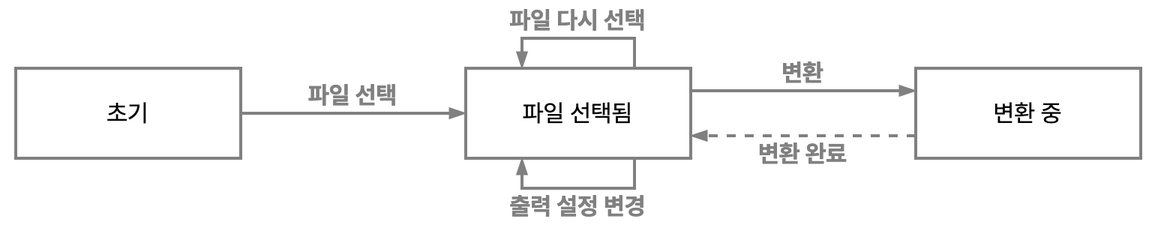
The draw.io diagram doc/diagrams-end-user.drawio.png in yejunian/gencg-exported-image-group, before a commit. Source tidied: cells renumbered, new cells last; positions are measured from the earlier drawing's top-left corner, leaving out a move shared by most shapes.
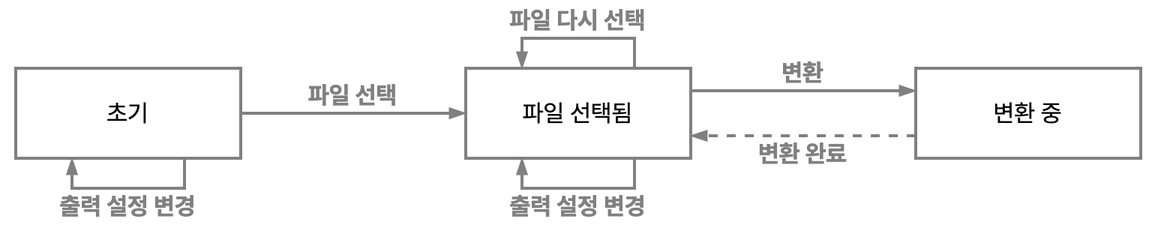
After the change.

What changed in the source:
```diff
@@ -46,5 +46,11 @@
     <mxCell id="14" value="파일 다시 선택" style="text;html=1;align=center;verticalAlign=middle;whiteSpace=wrap;rounded=0;fontSize=16;fontFamily=Pretendard;fillColor=none;labelBorderColor=none;labelBackgroundColor=none;spacing=2;fontStyle=1;fontColor=#808080;" parent="1" vertex="1">
       <mxGeometry x="305" width="140" height="20" as="geometry" />
     </mxCell>
+    <mxCell id="15" value="출력 설정 변경" style="text;html=1;align=center;verticalAlign=middle;whiteSpace=wrap;rounded=0;fontSize=16;fontFamily=Pretendard;fillColor=none;labelBorderColor=none;labelBackgroundColor=none;spacing=2;fontStyle=1;fontColor=#808080;" parent="1" vertex="1">
+      <mxGeometry x="5" y="124" width="140" height="20" as="geometry" />
+    </mxCell>
+    <mxCell id="16" style="edgeStyle=orthogonalEdgeStyle;rounded=0;orthogonalLoop=1;jettySize=auto;html=1;exitX=0.75;exitY=1;exitDx=0;exitDy=0;entryX=0.25;entryY=1;entryDx=0;entryDy=0;fontFamily=Pretendard;fontSize=16;endArrow=blockThin;endFill=1;strokeColor=#808080;strokeWidth=2;" parent="1" edge="1" source="3" target="3">
+      <mxGeometry relative="1" as="geometry" />
+    </mxCell>
   </root>
 </mxGraphModel>
```
